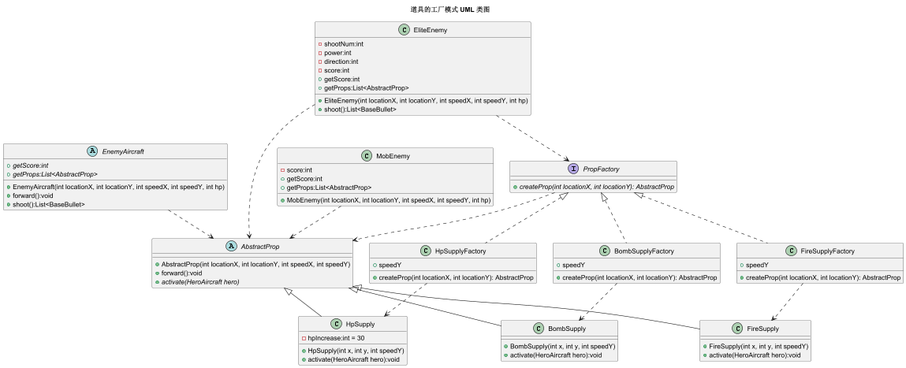
This is uml/prop-factory-pattern.png from SorenZhang574/AircraftWar, a PlantUML export, as it was before one commit. The source it was exported from:
```plantuml
@startuml

title 道具的工厂模式 UML 类图

abstract class EnemyAircraft {
    + EnemyAircraft(int locationX, int locationY, int speedX, int speedY, int hp)
    + forward():void
    + shoot():List<BaseBullet>
    + {abstract} getScore:int
    + {abstract} getProps:List<AbstractProp>
}

class EliteEnemy {
    - shootNum:int
    - power:int
    - direction:int
    - score:int
    + EliteEnemy(int locationX, int locationY, int speedX, int speedY, int hp)
    + shoot():List<BaseBullet>
    + getScore:int
    + getProps:List<AbstractProp>
}

class MobEnemy {
    - score:int
    + MobEnemy(int locationX, int locationY, int speedX, int speedY, int hp)
    + getScore:int
    + getProps:List<AbstractProp>
}

abstract class AbstractProp {
    + AbstractProp(int locationX, int locationY, int speedX, int speedY)
    + forward():void
    + {abstract} activate(HeroAircraft hero)
}

class HpSupply {
    - hpIncrease:int = 30
    + HpSupply(int x, int y, int speedY)
    + activate(HeroAircraft hero):void
}

class BombSupply {
    + BombSupply(int x, int y, int speedY)
    + activate(HeroAircraft hero):void
}

class FireSupply {
    + FireSupply(int x, int y, int speedY)
    + activate(HeroAircraft hero):void
}

interface PropFactory {
    + {abstract} createProp(int locationX, int locationY): AbstractProp
}

class HpSupplyFactory {
    + speedY
    + createProp(int locationX, int locationY): AbstractProp
}
class BombSupplyFactory {
    + speedY
    + createProp(int locationX, int locationY): AbstractProp
}
class FireSupplyFactory {
    + speedY
    + createProp(int locationX, int locationY): AbstractProp
}

AbstractProp <|-- HpSupply
AbstractProp <|-- BombSupply
AbstractProp <|-- FireSupply

PropFactory <|.. HpSupplyFactory
PropFactory <|.. BombSupplyFactory
PropFactory <|.. FireSupplyFactory

PropFactory ..> AbstractProp

HpSupplyFactory ..> HpSupply
BombSupplyFactory ..> BombSupply
FireSupplyFactory ..> FireSupply

EnemyAircraft ..> AbstractProp
MobEnemy ..> AbstractProp
EliteEnemy ..> AbstractProp
EliteEnemy ..> PropFactory

@enduml
```
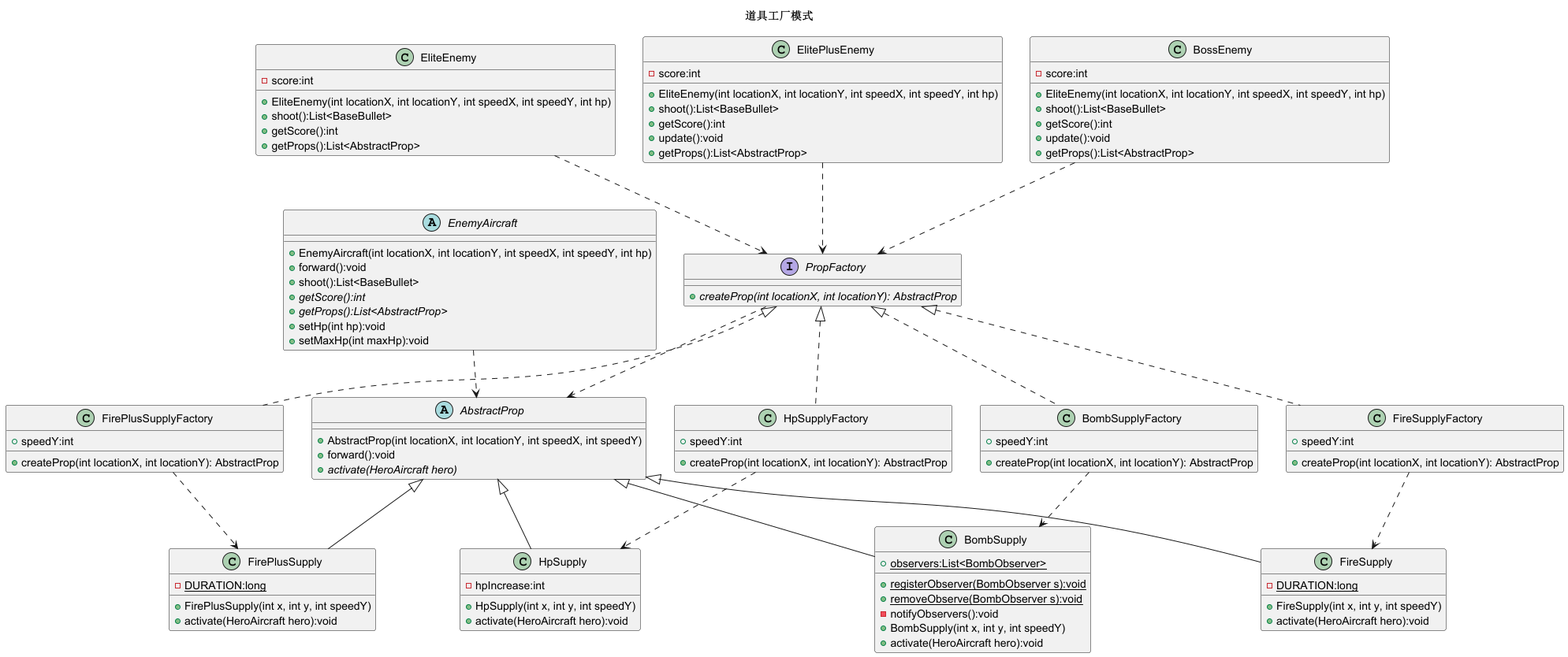
After the commit.

Diff of the diagram source:
```diff
@@ -1,31 +1,41 @@
 @startuml
 
-title 道具的工厂模式 UML 类图
+title 道具工厂模式
 
 abstract class EnemyAircraft {
     + EnemyAircraft(int locationX, int locationY, int speedX, int speedY, int hp)
     + forward():void
     + shoot():List<BaseBullet>
-    + {abstract} getScore:int
-    + {abstract} getProps:List<AbstractProp>
+    + {abstract} getScore():int
+    + {abstract} getProps():List<AbstractProp>
+    + setHp(int hp):void
+    + setMaxHp(int maxHp):void
 }
 
 class EliteEnemy {
-    - shootNum:int
-    - power:int
-    - direction:int
     - score:int
     + EliteEnemy(int locationX, int locationY, int speedX, int speedY, int hp)
     + shoot():List<BaseBullet>
-    + getScore:int
-    + getProps:List<AbstractProp>
+    + getScore():int
+    + getProps():List<AbstractProp>
 }
 
-class MobEnemy {
+class ElitePlusEnemy {
     - score:int
-    + MobEnemy(int locationX, int locationY, int speedX, int speedY, int hp)
-    + getScore:int
-    + getProps:List<AbstractProp>
+    + EliteEnemy(int locationX, int locationY, int speedX, int speedY, int hp)
+    + shoot():List<BaseBullet>
+    + getScore():int
+    + update():void
+    + getProps():List<AbstractProp>
+}
+
+class BossEnemy {
+    - score:int
+    + EliteEnemy(int locationX, int locationY, int speedX, int speedY, int hp)
+    + shoot():List<BaseBullet>
+    + getScore():int
+    + update():void
+    + getProps():List<AbstractProp>
 }
 
 abstract class AbstractProp {
@@ -35,18 +45,29 @@
 }
 
 class HpSupply {
-    - hpIncrease:int = 30
+    - hpIncrease:int
     + HpSupply(int x, int y, int speedY)
     + activate(HeroAircraft hero):void
 }
 
 class BombSupply {
+    + {static} observers:List<BombObserver>
+    + {static} registerObserver(BombObserver s):void
+    + {static} removeObserve(BombObserver s):void
+    - notifyObservers():void
     + BombSupply(int x, int y, int speedY)
     + activate(HeroAircraft hero):void
 }
 
 class FireSupply {
+    - {static} DURATION:long
     + FireSupply(int x, int y, int speedY)
+    + activate(HeroAircraft hero):void
+}
+
+class FirePlusSupply {
+    - {static} DURATION:long
+    + FirePlusSupply(int x, int y, int speedY)
     + activate(HeroAircraft hero):void
 }
 
@@ -55,35 +76,42 @@
 }
 
 class HpSupplyFactory {
-    + speedY
+    + speedY:int
     + createProp(int locationX, int locationY): AbstractProp
 }
 class BombSupplyFactory {
-    + speedY
+    + speedY:int
     + createProp(int locationX, int locationY): AbstractProp
 }
 class FireSupplyFactory {
-    + speedY
+    + speedY:int
+    + createProp(int locationX, int locationY): AbstractProp
+}
+class FirePlusSupplyFactory {
+    + speedY:int
     + createProp(int locationX, int locationY): AbstractProp
 }
 
 AbstractProp <|-- HpSupply
 AbstractProp <|-- BombSupply
 AbstractProp <|-- FireSupply
+AbstractProp <|-- FirePlusSupply
 
 PropFactory <|.. HpSupplyFactory
 PropFactory <|.. BombSupplyFactory
 PropFactory <|.. FireSupplyFactory
+PropFactory <|.. FirePlusSupplyFactory
 
 PropFactory ..> AbstractProp
 
 HpSupplyFactory ..> HpSupply
 BombSupplyFactory ..> BombSupply
 FireSupplyFactory ..> FireSupply
+FirePlusSupplyFactory ..> FirePlusSupply
 
 EnemyAircraft ..> AbstractProp
-MobEnemy ..> AbstractProp
-EliteEnemy ..> AbstractProp
+ElitePlusEnemy ..> PropFactory
+BossEnemy ..> PropFactory
 EliteEnemy ..> PropFactory
 
 @enduml
```
